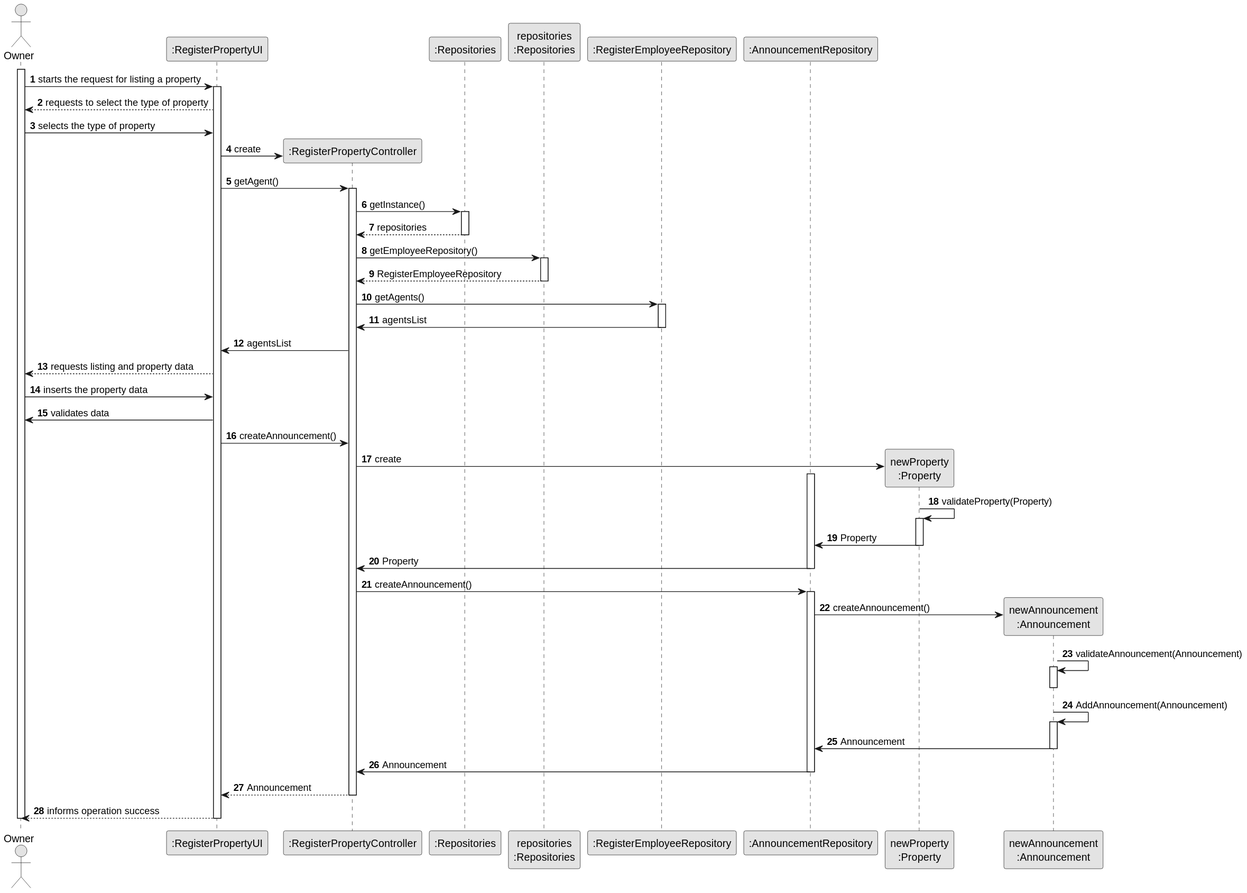
tiagohcorreia/LAPR2 keeps this PlantUML diagram as docs/sprintB/US004/03.design/svg/US004-SD.svg. Above is the earlier version. Source of this version:
```plantuml
@startuml
skinparam monochrome true
skinparam packageStyle rectangle
skinparam shadowing false

autonumber

actor Owner as owner
participant ":RegisterPropertyUI" as ui
participant ":RegisterPropertyController" as ctrl
participant ":Repositories" as RepositorySingleton
participant "repositories\n:Repositories" as rep
participant ":RegisterEmployeeRepository" as repEmp
participant ":AnnouncementRepository" as repAnounc
participant "newProperty\n:Property" as property
participant "newAnnouncement\n:Announcement" as announcement

activate owner

        owner -> ui : starts the request for listing a property

        activate ui

        ui--> owner : requests to select the type of property

        owner -> ui: selects the type of property

        ui -> ctrl** : create

        ui-> ctrl: getAgent()

        activate ctrl

        ctrl -> RepositorySingleton: getInstance()
        activate RepositorySingleton
        RepositorySingleton --> ctrl: repositories
        deactivate RepositorySingleton

        ctrl -> rep: getEmployeeRepository()
        activate rep
        rep--> ctrl: RegisterEmployeeRepository
        deactivate rep

        ctrl ->repEmp: getAgents()
        activate repEmp
        repEmp -> ctrl: agentsList
        deactivate repEmp

        ctrl-> ui: agentsList

        ui --> owner : requests listing and property data

        owner -> ui : inserts the property data

        ui-> owner: validates data

        ui -> ctrl: createAnnouncement()
        ctrl -> property**: create
        activate repAnounc
        property -> property: validateProperty(Property)
        activate property
        property -> repAnounc: Property
        deactivate property
        repAnounc-> ctrl: Property
        deactivate repAnounc
        deactivate repAnounc
        ctrl -> repAnounc: createAnnouncement()
        activate repAnounc
        repAnounc-> announcement**: createAnnouncement()
        announcement -> announcement: validateAnnouncement(Announcement)
        activate announcement
        deactivate announcement
        announcement -> announcement:AddAnnouncement(Announcement)
        activate announcement
        announcement->repAnounc: Announcement
        deactivate announcement
        repAnounc ->ctrl: Announcement
        deactivate repAnounc

            ctrl --> ui: Announcement
        deactivate ctrl
            ui --> owner: informs operation success
        deactivate ui

deactivate owner


          @enduml
```
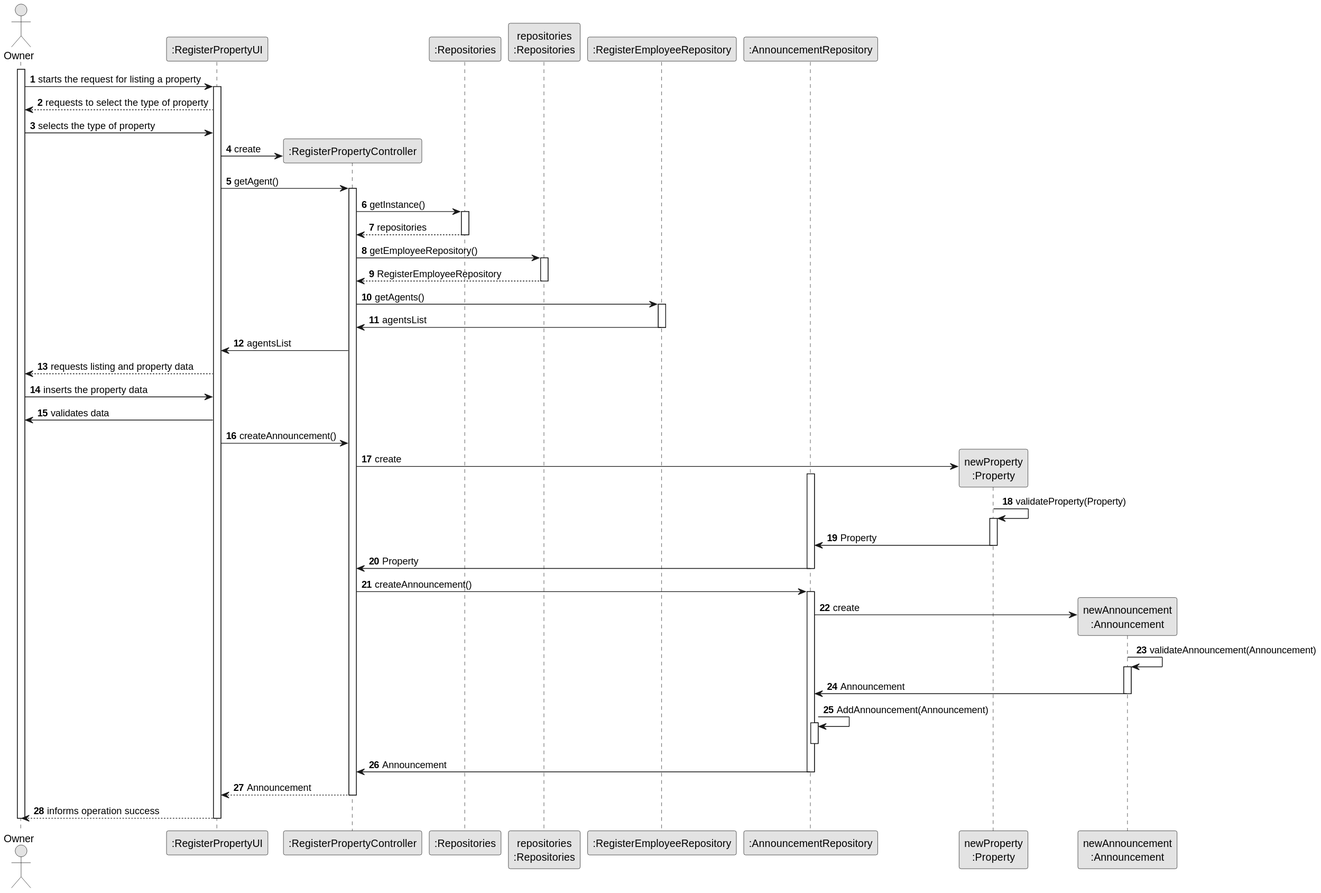
After the commit.

Change to the diagram source:
```diff
@@ -66,14 +66,15 @@
         deactivate repAnounc
         ctrl -> repAnounc: createAnnouncement()
         activate repAnounc
-        repAnounc-> announcement**: createAnnouncement()
+        repAnounc-> announcement**: create
         announcement -> announcement: validateAnnouncement(Announcement)
-        activate announcement
-        deactivate announcement
-        announcement -> announcement:AddAnnouncement(Announcement)
         activate announcement
         announcement->repAnounc: Announcement
         deactivate announcement
+        repAnounc -> repAnounc:AddAnnouncement(Announcement)
+        activate repAnounc
+
+        deactivate repAnounc
         repAnounc ->ctrl: Announcement
         deactivate repAnounc
 
```
